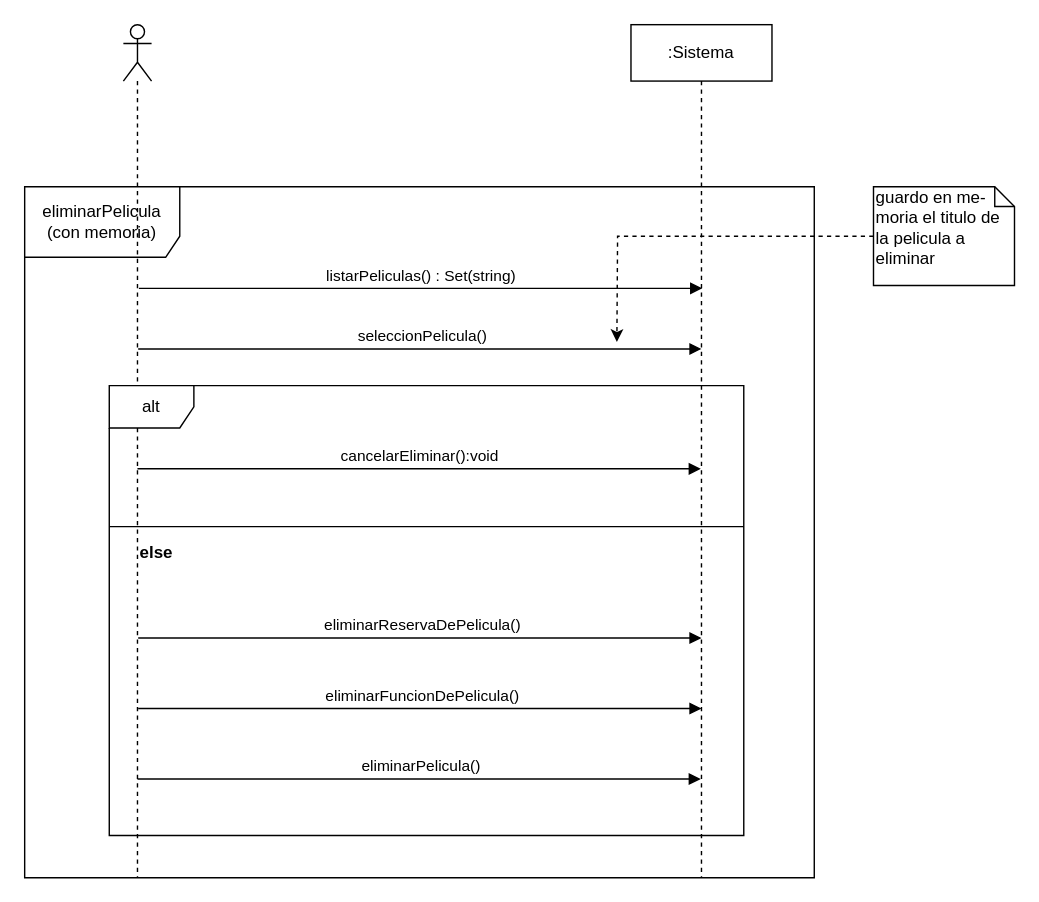
Before: DSS_y_Contratos/eliminarPeliculas.drawio in febentancor/ObligatorioPAV, a draw.io diagram. Source tidied: cells renumbered, new cells numbered last; positions are measured from the earlier drawing's top-left corner, leaving out a move shared by most shapes. Both pictures are drawn from the tidied source at 141%, with x=0, y=0 at pixel (24, 24).
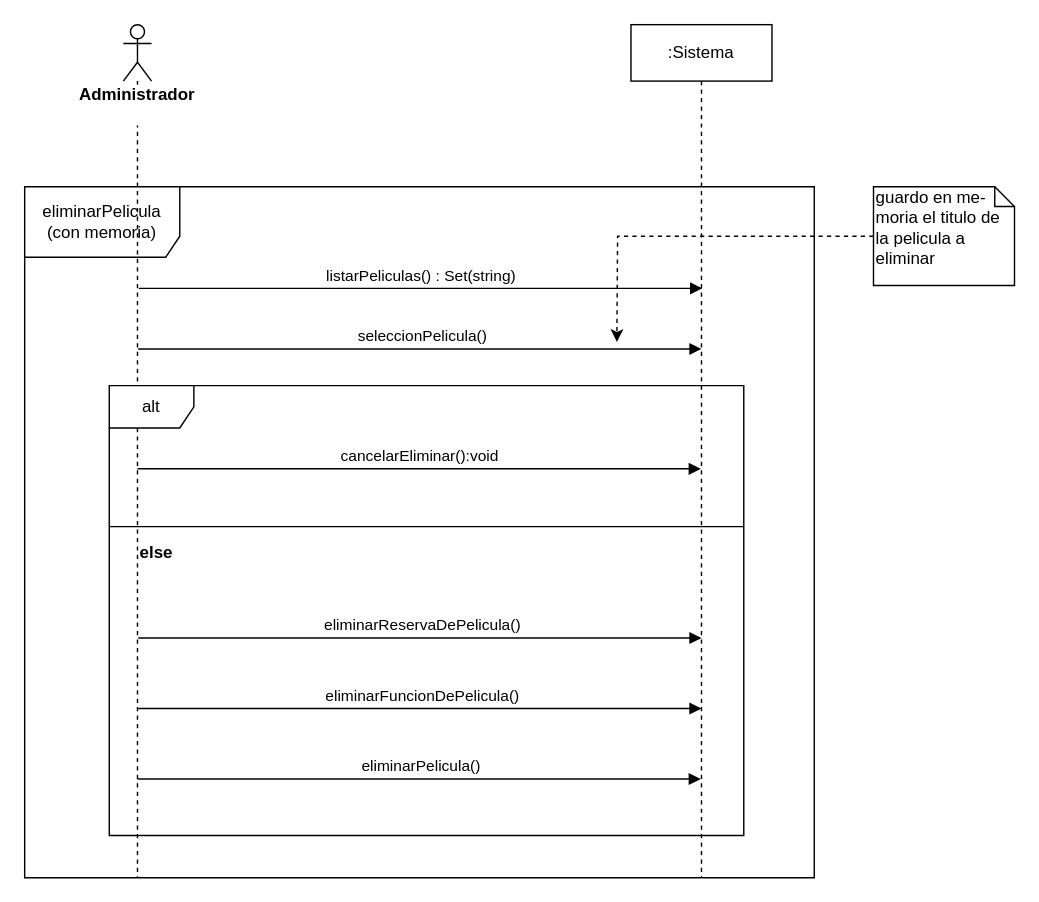
The same page after the edit.

Commit message (it also covers changes not shown here):
eliminar peliculas correccion2

Change to the diagram source:
```diff
@@
-    <mxCell id="3" style="shape=umlLifeline;participant=umlActor;perimeter=lifelinePerimeter;whiteSpace=wrap;html=1;verticalAlign=top;spacingTop=36;labelBackgroundColor=#ffffff;" parent="1" vertex="1">
+    <mxCell id="3" value="&lt;div&gt;&lt;b&gt;Administrador&lt;/b&gt;&lt;/div&gt;&lt;div&gt;&lt;br&gt;&lt;/div&gt;" style="shape=umlLifeline;participant=umlActor;perimeter=lifelinePerimeter;whiteSpace=wrap;html=1;verticalAlign=top;spacingTop=36;labelBackgroundColor=#ffffff;" parent="1" vertex="1">
       <mxGeometry x="70" width="20" height="605" as="geometry" />
     </mxCell>
```
